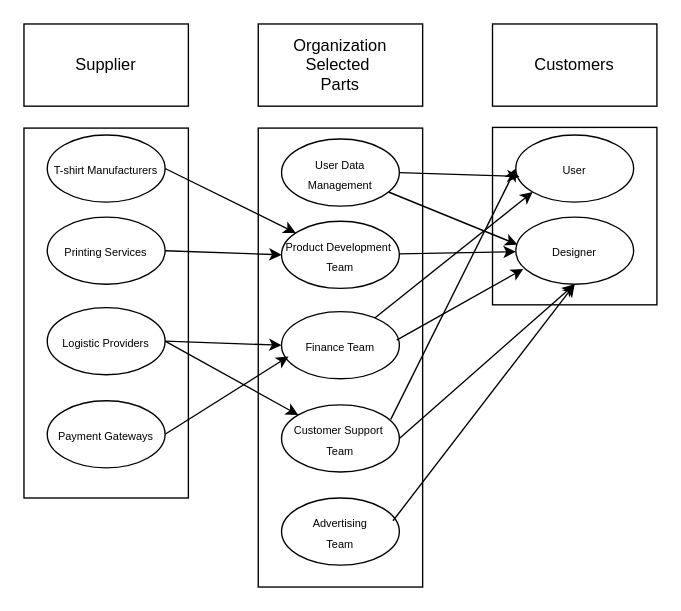
Before: BRM.drawio in BeLazy167/CustomThread, a draw.io diagram. Source tidied: cells renumbered, new cells numbered last; positions are measured from the earlier drawing's top-left corner, leaving out a move shared by most shapes. Both pictures are drawn from the tidied source at 137%, with x=0, y=0 at pixel (23, 23).
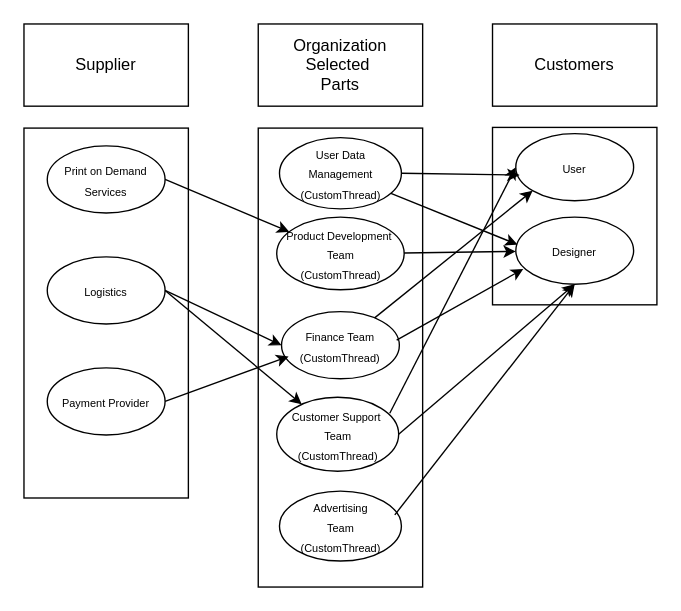
After the change.

What changed in the source:
```diff
@@
-    <mxCell id="8" value="&lt;font style=&quot;font-size: 8px;&quot;&gt;T-shirt Manufacturers&lt;/font&gt;" style="ellipse;whiteSpace=wrap;html=1;" parent="1" vertex="1">
-      <mxGeometry x="17" y="81" width="86" height="49" as="geometry" />
+    <mxCell id="8" value="&lt;font style=&quot;font-size: 8px;&quot;&gt;Print on Demand&lt;/font&gt;&lt;div&gt;&lt;font style=&quot;font-size: 8px;&quot;&gt;Services&lt;/font&gt;&lt;/div&gt;" style="ellipse;whiteSpace=wrap;html=1;" parent="1" vertex="1">
+      <mxGeometry x="17" y="89" width="86" height="49" as="geometry" />
     </mxCell>
-    <mxCell id="9" value="&lt;span style=&quot;font-size: 8px;&quot;&gt;Printing Services&lt;/span&gt;" style="ellipse;whiteSpace=wrap;html=1;" parent="1" vertex="1">
-      <mxGeometry x="17" y="141" width="86" height="49" as="geometry" />
-    </mxCell>
-    <mxCell id="10" value="&lt;span style=&quot;font-size: 8px;&quot;&gt;Logistic Providers&lt;/span&gt;" style="ellipse;whiteSpace=wrap;html=1;" parent="1" vertex="1">
-      <mxGeometry x="17" y="207" width="86" height="49" as="geometry" />
+    <mxCell id="10" value="&lt;span style=&quot;font-size: 8px;&quot;&gt;Logistics&lt;/span&gt;" style="ellipse;whiteSpace=wrap;html=1;" parent="1" vertex="1">
+      <mxGeometry x="17" y="170" width="86" height="49" as="geometry" />
     </mxCell>
-    <mxCell id="11" value="&lt;font style=&quot;font-size: 8px;&quot;&gt;Payment Gateways&lt;/font&gt;" style="ellipse;whiteSpace=wrap;html=1;" parent="1" vertex="1">
-      <mxGeometry x="17" y="275" width="86" height="49" as="geometry" />
+    <mxCell id="11" value="&lt;font style=&quot;font-size: 8px;&quot;&gt;Payment Provider&lt;/font&gt;" style="ellipse;whiteSpace=wrap;html=1;" parent="1" vertex="1">
+      <mxGeometry x="17" y="251" width="86" height="49" as="geometry" />
     </mxCell>
-    <mxCell id="12" value="&lt;font style=&quot;font-size: 8px;&quot;&gt;User Data&lt;/font&gt;&lt;div&gt;&lt;font style=&quot;font-size: 8px;&quot;&gt;Management&lt;/font&gt;&lt;/div&gt;" style="ellipse;whiteSpace=wrap;html=1;" parent="1" vertex="1">
-      <mxGeometry x="188" y="84" width="86" height="49" as="geometry" />
+    <mxCell id="12" value="&lt;font style=&quot;font-size: 8px;&quot;&gt;User Data&lt;/font&gt;&lt;div&gt;&lt;font style=&quot;font-size: 8px;&quot;&gt;Management&lt;/font&gt;&lt;/div&gt;&lt;div&gt;&lt;font style=&quot;font-size: 8px;&quot;&gt;(CustomThread)&lt;/font&gt;&lt;/div&gt;" style="ellipse;whiteSpace=wrap;html=1;" parent="1" vertex="1">
+      <mxGeometry x="186.5" y="83" width="89" height="52" as="geometry" />
     </mxCell>
-    <mxCell id="13" value="&lt;font style=&quot;font-size: 8px;&quot;&gt;Product Development&amp;nbsp;&lt;/font&gt;&lt;div&gt;&lt;span style=&quot;font-size: 8px;&quot;&gt;Team&lt;/span&gt;&lt;/div&gt;" style="ellipse;whiteSpace=wrap;html=1;" parent="1" vertex="1">
-      <mxGeometry x="188" y="144" width="86" height="49" as="geometry" />
+    <mxCell id="13" value="&lt;font style=&quot;font-size: 8px;&quot;&gt;Product Development&amp;nbsp;&lt;/font&gt;&lt;div&gt;&lt;span style=&quot;font-size: 8px;&quot;&gt;Team&lt;/span&gt;&lt;/div&gt;&lt;div&gt;&lt;span style=&quot;font-size: 8px;&quot;&gt;(CustomThread)&lt;/span&gt;&lt;/div&gt;" style="ellipse;whiteSpace=wrap;html=1;" parent="1" vertex="1">
+      <mxGeometry x="184.5" y="141" width="93" height="53" as="geometry" />
     </mxCell>
-    <mxCell id="14" value="&lt;font style=&quot;font-size: 8px;&quot;&gt;Finance Team&lt;/font&gt;" style="ellipse;whiteSpace=wrap;html=1;" parent="1" vertex="1">
+    <mxCell id="14" value="&lt;font style=&quot;font-size: 8px;&quot;&gt;Finance Team&lt;/font&gt;&lt;div&gt;&lt;font style=&quot;font-size: 8px;&quot;&gt;(CustomThread)&lt;/font&gt;&lt;/div&gt;" style="ellipse;whiteSpace=wrap;html=1;" parent="1" vertex="1">
       <mxGeometry x="188" y="210" width="86" height="49" as="geometry" />
     </mxCell>
-    <mxCell id="15" value="&lt;span style=&quot;font-size: 8px;&quot;&gt;Customer Support&amp;nbsp;&lt;/span&gt;&lt;div&gt;&lt;span style=&quot;font-size: 8px;&quot;&gt;Team&lt;/span&gt;&lt;/div&gt;" style="ellipse;whiteSpace=wrap;html=1;" parent="1" vertex="1">
-      <mxGeometry x="188" y="278" width="86" height="49" as="geometry" />
+    <mxCell id="15" value="&lt;span style=&quot;font-size: 8px;&quot;&gt;Customer Support&amp;nbsp;&lt;/span&gt;&lt;div&gt;&lt;span style=&quot;font-size: 8px;&quot;&gt;Team&lt;/span&gt;&lt;/div&gt;&lt;div&gt;&lt;span style=&quot;font-size: 8px;&quot;&gt;(CustomThread)&lt;/span&gt;&lt;/div&gt;" style="ellipse;whiteSpace=wrap;html=1;" parent="1" vertex="1">
+      <mxGeometry x="184.5" y="272.5" width="89" height="54" as="geometry" />
     </mxCell>
-    <mxCell id="16" value="&lt;span style=&quot;font-size: 8px;&quot;&gt;Advertising&lt;/span&gt;&lt;div&gt;&lt;span style=&quot;font-size: 8px;&quot;&gt;Team&lt;/span&gt;&lt;/div&gt;" style="ellipse;whiteSpace=wrap;html=1;" parent="1" vertex="1">
-      <mxGeometry x="188" y="346" width="86" height="49" as="geometry" />
+    <mxCell id="16" value="&lt;span style=&quot;font-size: 8px;&quot;&gt;Advertising&lt;/span&gt;&lt;div&gt;&lt;span style=&quot;font-size: 8px;&quot;&gt;Team&lt;/span&gt;&lt;/div&gt;&lt;div&gt;&lt;span style=&quot;font-size: 8px;&quot;&gt;(CustomThread)&lt;/span&gt;&lt;/div&gt;" style="ellipse;whiteSpace=wrap;html=1;" parent="1" vertex="1">
+      <mxGeometry x="186.5" y="341" width="89" height="51" as="geometry" />
     </mxCell>
@@
     <mxCell id="18" value="&lt;span style=&quot;font-size: 8px;&quot;&gt;User&lt;/span&gt;" style="ellipse;whiteSpace=wrap;html=1;" parent="1" vertex="1">
-      <mxGeometry x="359" y="81" width="86" height="49" as="geometry" />
+      <mxGeometry x="359" y="80" width="86" height="49" as="geometry" />
     </mxCell>
@@
-    <mxCell id="20" style="endArrow=classic;html=1;rounded=0;exitX=1;exitY=0.5;exitDx=0;exitDy=0;entryX=0;entryY=0.5;entryDx=0;entryDy=0;" parent="1" edge="1" source="9" target="13">
-      <mxGeometry relative="1" as="geometry" />
-    </mxCell>
```
